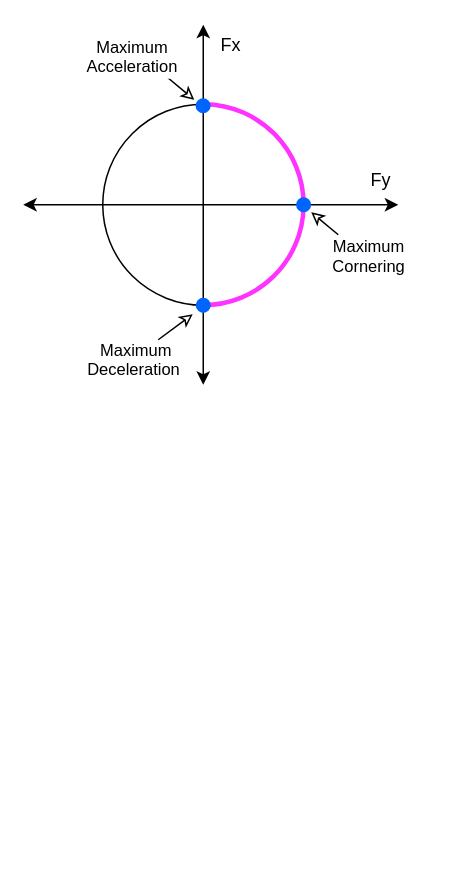
This is page "friction circle" (1 of 4) of 2022_MPC/Vehicle_Models.drawio from LimingGao/draw_io, a draw.io file, before an edit. Source tidied: cells renumbered, new cells numbered last; positions are measured from the earlier drawing's top-left corner, leaving out a move shared by most shapes. Both pictures are drawn from the tidied source at 150%, with x=0, y=0 at pixel (22, 24).
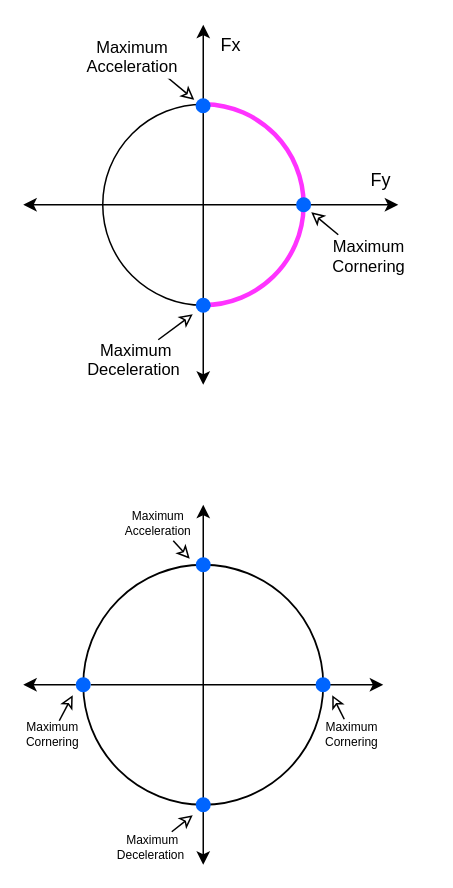
Above is the later version.

Change to the diagram source:
```diff
@@
+    <mxCell id="17" style="endArrow=classic;startArrow=none;labelBackgroundColor=none;" parent="1" edge="1" source="31">
+      <mxGeometry relative="1" as="geometry">
+        <mxPoint x="240" y="440" as="targetPoint" />
+      </mxGeometry>
+    </mxCell>
+    <mxCell id="18" style="endArrow=classic;startArrow=classic;labelBackgroundColor=none;" parent="1" edge="1">
+      <mxGeometry relative="1" as="geometry">
+        <mxPoint x="120" y="560" as="sourcePoint" />
+        <mxPoint x="120" y="320" as="targetPoint" />
+      </mxGeometry>
+    </mxCell>
+    <mxCell id="19" style="ellipse;fillColor=none;strokeColor=#000000;strokeWidth=1.2;labelBackgroundColor=none;" parent="1" vertex="1">
+      <mxGeometry x="40" y="360" width="160" height="160" as="geometry" />
+    </mxCell>
+    <mxCell id="20" style="shape=ellipse;fillColor=#0065FF;strokeColor=none;labelBackgroundColor=none;" parent="1" vertex="1">
+      <mxGeometry x="115" y="515" width="10" height="10" as="geometry" />
+    </mxCell>
+    <mxCell id="21" style="shape=ellipse;fillColor=#0065FF;strokeColor=none;labelBackgroundColor=none;" parent="1" vertex="1">
+      <mxGeometry x="194.9" y="435" width="10" height="10" as="geometry" />
+    </mxCell>
+    <mxCell id="22" style="shape=ellipse;fillColor=#0065FF;strokeColor=none;labelBackgroundColor=none;" parent="1" vertex="1">
+      <mxGeometry x="115" y="355" width="10" height="10" as="geometry" />
+    </mxCell>
+    <mxCell id="23" style="endArrow=classic;endFill=0;labelBackgroundColor=none;" parent="1" edge="1">
+      <mxGeometry relative="1" as="geometry">
+        <mxPoint x="100" y="344" as="sourcePoint" />
+        <mxPoint x="111" y="356" as="targetPoint" />
+      </mxGeometry>
+    </mxCell>
+    <mxCell id="24" value="Maximum &#10;Acceleration" style="edgeLabel;align=center;verticalAlign=middle;labelBackgroundColor=none;fontSize=8;" parent="23" vertex="1">
+      <mxGeometry x="-0.46" relative="1" as="geometry">
+        <mxPoint x="-13" y="-15" as="offset" />
+      </mxGeometry>
+    </mxCell>
+    <mxCell id="25" style="endArrow=classic;endFill=0;labelBackgroundColor=none;" parent="1" edge="1">
+      <mxGeometry relative="1" as="geometry">
+        <mxPoint x="99" y="538" as="sourcePoint" />
+        <mxPoint x="113" y="527" as="targetPoint" />
+      </mxGeometry>
+    </mxCell>
+    <mxCell id="26" value="Maximum &#10;Deceleration " style="edgeLabel;align=center;verticalAlign=middle;labelBackgroundColor=none;fontSize=8;" parent="25" vertex="1">
+      <mxGeometry x="-0.46" relative="1" as="geometry">
+        <mxPoint x="-17" y="13" as="offset" />
+      </mxGeometry>
+    </mxCell>
+    <mxCell id="27" style="endArrow=classic;endFill=0;labelBackgroundColor=none;" parent="1" edge="1">
+      <mxGeometry relative="1" as="geometry">
+        <mxPoint x="214" y="463" as="sourcePoint" />
+        <mxPoint x="206" y="447" as="targetPoint" />
+      </mxGeometry>
+    </mxCell>
+    <mxCell id="28" value="Maximum &#10;Cornering" style="edgeLabel;align=center;verticalAlign=middle;labelBackgroundColor=none;fontSize=8;" parent="27" vertex="1">
+      <mxGeometry x="-0.46" relative="1" as="geometry">
+        <mxPoint x="7" y="14" as="offset" />
+      </mxGeometry>
+    </mxCell>
+    <mxCell id="29" style="endArrow=classic;endFill=0;labelBackgroundColor=none;" parent="1" edge="1">
+      <mxGeometry relative="1" as="geometry">
+        <mxPoint x="24" y="464" as="sourcePoint" />
+        <mxPoint x="33" y="447" as="targetPoint" />
+      </mxGeometry>
+    </mxCell>
+    <mxCell id="30" value="Maximum &#10;Cornering" style="edgeLabel;align=center;verticalAlign=middle;labelBackgroundColor=none;fontSize=8;" parent="29" vertex="1">
+      <mxGeometry x="-0.46" relative="1" as="geometry">
+        <mxPoint x="-7" y="13" as="offset" />
+      </mxGeometry>
+    </mxCell>
+    <mxCell id="31" style="shape=ellipse;fillColor=#0065FF;strokeColor=none;labelBackgroundColor=none;" parent="1" vertex="1">
+      <mxGeometry x="35" y="435" width="10" height="10" as="geometry" />
+    </mxCell>
+    <mxCell id="32" style="endArrow=none;startArrow=classic;labelBackgroundColor=none;" parent="1" edge="1" target="31">
+      <mxGeometry relative="1" as="geometry">
+        <mxPoint y="440" as="sourcePoint" />
+      </mxGeometry>
+    </mxCell>
```
